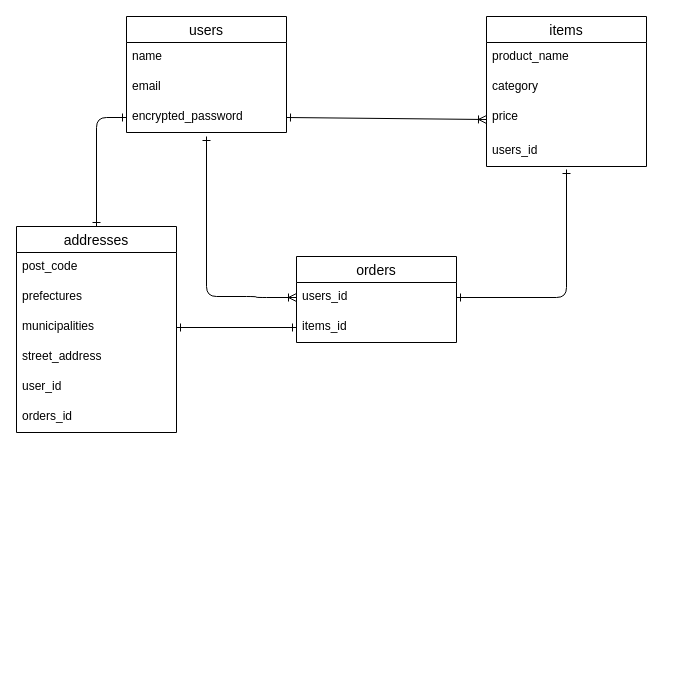
Above: furima_database_ER.dio in miotaro/furima-39960 (draw.io), before the change. Source tidied: cells renumbered, new cells numbered last; positions are measured from the earlier drawing's top-left corner, leaving out a move shared by most shapes. Both pictures are drawn from the tidied source at 100%, with x=0, y=0 at pixel (16, 16).
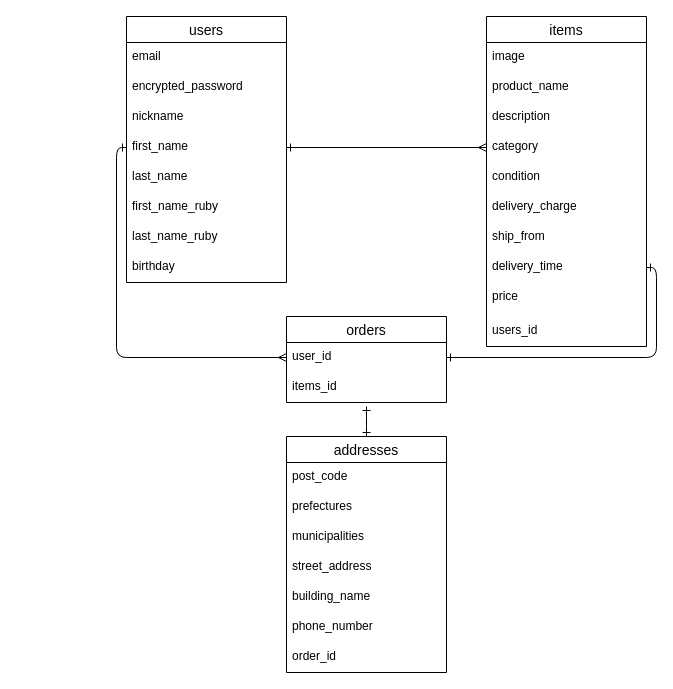
The same diagram, later.

Commit message (it also covers changes not shown here):
データベース設計（修正）

The change refers to these unchanged cells:
```xml
<mxCell id="13" value="items_id" style="text;strokeColor=none;fillColor=none;spacingLeft=4;spacingRight=4;overflow=hidden;points=[[0,0.5],[1,0.5]];portConstraint=eastwest;fontSize=12;" parent="11" vertex="1">
  <mxGeometry y="56" width="160" height="30" as="geometry" />
</mxCell>
<mxCell id="20" value="municipalities" style="text;strokeColor=none;fillColor=none;spacingLeft=4;spacingRight=4;overflow=hidden;points=[[0,0.5],[1,0.5]];portConstraint=eastwest;fontSize=12;" parent="17" vertex="1">
  <mxGeometry y="86" width="160" height="30" as="geometry" />
</mxCell>
```

Change to the diagram source:
```diff
@@
     <mxCell id="2" value="users" style="swimlane;fontStyle=0;horizontal=1;startSize=26;align=center;fontSize=14;" parent="1" vertex="1">
-      <mxGeometry x="110" width="160" height="116" as="geometry" />
+      <mxGeometry x="110" width="160" height="266" as="geometry" />
     </mxCell>
-    <mxCell id="3" value="name" style="text;strokeColor=none;fillColor=none;spacingLeft=4;spacingRight=4;overflow=hidden;fontSize=12;" parent="2" vertex="1">
-      <mxGeometry y="26" width="160" height="30" as="geometry" />
-    </mxCell>
     <mxCell id="4" value="email" style="text;strokeColor=none;fillColor=none;spacingLeft=4;spacingRight=4;overflow=hidden;fontSize=12;" parent="2" vertex="1">
-      <mxGeometry y="56" width="160" height="30" as="geometry" />
+      <mxGeometry y="26" width="160" height="30" as="geometry" />
     </mxCell>
     <mxCell id="5" value="encrypted_password" style="text;strokeColor=none;fillColor=none;spacingLeft=4;spacingRight=4;overflow=hidden;points=[[0,0.5],[1,0.5]];portConstraint=eastwest;fontSize=12;" parent="2" vertex="1">
-      <mxGeometry y="86" width="160" height="30" as="geometry" />
+      <mxGeometry y="56" width="160" height="30" as="geometry" />
     </mxCell>
+    <mxCell id="26" value="nickname" style="text;strokeColor=none;fillColor=none;spacingLeft=4;spacingRight=4;overflow=hidden;fontSize=12;" parent="2" vertex="1">
+      <mxGeometry y="86" width="160" height="30" as="geometry" />
+    </mxCell>
+    <mxCell id="27" value="first_name" style="text;strokeColor=none;fillColor=none;spacingLeft=4;spacingRight=4;overflow=hidden;points=[[0,0.5],[1,0.5]];portConstraint=eastwest;fontSize=12;" parent="2" vertex="1">
+      <mxGeometry y="116" width="160" height="30" as="geometry" />
+    </mxCell>
+    <mxCell id="28" value="last_name" style="text;strokeColor=none;fillColor=none;spacingLeft=4;spacingRight=4;overflow=hidden;fontSize=12;" parent="2" vertex="1">
+      <mxGeometry y="146" width="160" height="30" as="geometry" />
+    </mxCell>
+    <mxCell id="29" value="first_name_ruby" style="text;strokeColor=none;fillColor=none;spacingLeft=4;spacingRight=4;overflow=hidden;fontSize=12;" parent="2" vertex="1">
+      <mxGeometry y="176" width="160" height="30" as="geometry" />
+    </mxCell>
+    <mxCell id="30" value="last_name_ruby" style="text;strokeColor=none;fillColor=none;spacingLeft=4;spacingRight=4;overflow=hidden;fontSize=12;" parent="2" vertex="1">
+      <mxGeometry y="206" width="160" height="30" as="geometry" />
+    </mxCell>
+    <mxCell id="31" value="birthday" style="text;strokeColor=none;fillColor=none;spacingLeft=4;spacingRight=4;overflow=hidden;fontSize=12;" parent="2" vertex="1">
+      <mxGeometry y="236" width="160" height="30" as="geometry" />
+    </mxCell>
     <mxCell id="6" value="items" style="swimlane;fontStyle=0;horizontal=1;startSize=26;align=center;fontSize=14;" parent="1" vertex="1">
-      <mxGeometry x="470" width="160" height="150" as="geometry" />
+      <mxGeometry x="470" width="160" height="330" as="geometry" />
     </mxCell>
+    <mxCell id="32" value="image" style="text;strokeColor=none;fillColor=none;spacingLeft=4;spacingRight=4;overflow=hidden;fontSize=12;" parent="6" vertex="1">
+      <mxGeometry y="26" width="160" height="30" as="geometry" />
+    </mxCell>
     <mxCell id="7" value="product_name" style="text;strokeColor=none;fillColor=none;spacingLeft=4;spacingRight=4;overflow=hidden;fontSize=12;" parent="6" vertex="1">
-      <mxGeometry y="26" width="160" height="30" as="geometry" />
+      <mxGeometry y="56" width="160" height="30" as="geometry" />
     </mxCell>
+    <mxCell id="33" value="description" style="text;strokeColor=none;fillColor=none;spacingLeft=4;spacingRight=4;overflow=hidden;fontSize=12;" parent="6" vertex="1">
+      <mxGeometry y="86" width="160" height="30" as="geometry" />
+    </mxCell>
     <mxCell id="8" value="category" style="text;strokeColor=none;fillColor=none;spacingLeft=4;spacingRight=4;overflow=hidden;points=[[0,0.5],[1,0.5]];portConstraint=eastwest;fontSize=12;" parent="6" vertex="1">
-      <mxGeometry y="56" width="160" height="30" as="geometry" />
+      <mxGeometry y="116" width="160" height="30" as="geometry" />
     </mxCell>
+    <mxCell id="34" value="condition" style="text;strokeColor=none;fillColor=none;spacingLeft=4;spacingRight=4;overflow=hidden;fontSize=12;" parent="6" vertex="1">
+      <mxGeometry y="146" width="160" height="30" as="geometry" />
+    </mxCell>
+    <mxCell id="35" value="delivery_charge" style="text;strokeColor=none;fillColor=none;spacingLeft=4;spacingRight=4;overflow=hidden;fontSize=12;" parent="6" vertex="1">
+      <mxGeometry y="176" width="160" height="30" as="geometry" />
+    </mxCell>
+    <mxCell id="36" value="ship_from" style="text;strokeColor=none;fillColor=none;spacingLeft=4;spacingRight=4;overflow=hidden;fontSize=12;" parent="6" vertex="1">
+      <mxGeometry y="206" width="160" height="30" as="geometry" />
+    </mxCell>
+    <mxCell id="37" value="delivery_time" style="text;strokeColor=none;fillColor=none;spacingLeft=4;spacingRight=4;overflow=hidden;points=[[0,0.5],[1,0.5]];portConstraint=eastwest;fontSize=12;" parent="6" vertex="1">
+      <mxGeometry y="236" width="160" height="30" as="geometry" />
+    </mxCell>
     <mxCell id="9" value="price" style="text;strokeColor=none;fillColor=none;spacingLeft=4;spacingRight=4;overflow=hidden;points=[[0,0.5],[1,0.5]];portConstraint=eastwest;fontSize=12;" parent="6" vertex="1">
-      <mxGeometry y="86" width="160" height="34" as="geometry" />
+      <mxGeometry y="266" width="160" height="34" as="geometry" />
     </mxCell>
     <mxCell id="10" value="users_id" style="text;strokeColor=none;fillColor=none;spacingLeft=4;spacingRight=4;overflow=hidden;points=[[0,0.5],[1,0.5]];portConstraint=eastwest;fontSize=12;" parent="6" vertex="1">
-      <mxGeometry y="120" width="160" height="30" as="geometry" />
+      <mxGeometry y="300" width="160" height="30" as="geometry" />
     </mxCell>
     <mxCell id="11" value="orders" style="swimlane;fontStyle=0;horizontal=1;startSize=26;align=center;fontSize=14;" parent="1" vertex="1">
-      <mxGeometry x="280" y="240" width="160" height="86" as="geometry" />
+      <mxGeometry x="270" y="300" width="160" height="86" as="geometry" />
     </mxCell>
-    <mxCell id="12" value="users_id" style="text;strokeColor=none;fillColor=none;spacingLeft=4;spacingRight=4;overflow=hidden;points=[[0,0.5],[1,0.5]];portConstraint=eastwest;fontSize=12;" parent="11" vertex="1">
-      <mxGeometry y="26" width="160" height="30" as="geometry" />
-    </mxCell>
+    <mxCell id="22" value="user_id" style="text;strokeColor=none;fillColor=none;spacingLeft=4;spacingRight=4;overflow=hidden;points=[[0,0.5],[1,0.5]];portConstraint=eastwest;fontSize=12;" parent="11" vertex="1">
+      <mxGeometry y="26" width="160" height="30" as="geometry" />
+    </mxCell>
@@
-    <mxCell id="14" style="edgeStyle=none;html=1;exitX=1;exitY=0.5;exitDx=0;exitDy=0;entryX=0;entryY=0.5;entryDx=0;entryDy=0;startArrow=ERone;startFill=0;endArrow=ERoneToMany;endFill=0;" parent="1" edge="1" source="5" target="9">
-      <mxGeometry relative="1" as="geometry" />
-    </mxCell>
-    <mxCell id="15" style="edgeStyle=orthogonalEdgeStyle;html=1;entryX=0;entryY=0.5;entryDx=0;entryDy=0;startArrow=ERone;startFill=0;endArrow=ERoneToMany;endFill=0;" parent="1" edge="1" target="12">
-      <mxGeometry relative="1" as="geometry">
-        <mxPoint x="190" y="120" as="sourcePoint" />
-        <Array as="points">
-          <mxPoint x="190" y="280" />
-          <mxPoint x="240" y="280" />
-          <mxPoint x="240" y="281" />
-        </Array>
-      </mxGeometry>
-    </mxCell>
-    <mxCell id="16" style="html=1;exitX=0.5;exitY=1.1;exitDx=0;exitDy=0;entryX=1;entryY=0.5;entryDx=0;entryDy=0;startArrow=ERone;startFill=0;endArrow=ERone;endFill=0;exitPerimeter=0;edgeStyle=orthogonalEdgeStyle;" parent="1" edge="1" source="10" target="12">
-      <mxGeometry relative="1" as="geometry">
-        <Array as="points">
-          <mxPoint x="550" y="281" />
-        </Array>
-      </mxGeometry>
-    </mxCell>
     <mxCell id="17" value="addresses" style="swimlane;fontStyle=0;horizontal=1;startSize=26;align=center;fontSize=14;" parent="1" vertex="1">
-      <mxGeometry y="210" width="160" height="206" as="geometry" />
+      <mxGeometry x="270" y="420" width="160" height="236" as="geometry" />
     </mxCell>
-    <mxCell id="18" value="post_code" style="text;strokeColor=none;fillColor=none;spacingLeft=4;spacingRight=4;overflow=hidden;fontSize=12;" parent="17" vertex="1">
+    <mxCell id="18" value="post_code   " style="text;strokeColor=none;fillColor=none;spacingLeft=4;spacingRight=4;overflow=hidden;fontSize=12;" parent="17" vertex="1">
       <mxGeometry y="26" width="160" height="30" as="geometry" />
     </mxCell>
@@
-    <mxCell id="22" value="user_id" style="text;strokeColor=none;fillColor=none;spacingLeft=4;spacingRight=4;overflow=hidden;points=[[0,0.5],[1,0.5]];portConstraint=eastwest;fontSize=12;" parent="17" vertex="1">
-      <mxGeometry y="146" width="160" height="30" as="geometry" />
-    </mxCell>
-    <mxCell id="23" value="orders_id" style="text;strokeColor=none;fillColor=none;spacingLeft=4;spacingRight=4;overflow=hidden;fontSize=12;" parent="17" vertex="1">
-      <mxGeometry y="176" width="160" height="30" as="geometry" />
-    </mxCell>
-    <mxCell id="24" style="edgeStyle=none;html=1;entryX=1;entryY=0.5;entryDx=0;entryDy=0;startArrow=ERone;startFill=0;endArrow=ERone;endFill=0;exitX=0;exitY=0.5;exitDx=0;exitDy=0;" parent="1" edge="1" source="13" target="20">
-      <mxGeometry relative="1" as="geometry" />
-    </mxCell>
-    <mxCell id="25" style="edgeStyle=orthogonalEdgeStyle;html=1;exitX=0;exitY=0.5;exitDx=0;exitDy=0;startArrow=ERone;startFill=0;endArrow=ERone;endFill=0;" parent="1" edge="1" source="5" target="17">
-      <mxGeometry relative="1" as="geometry" />
-    </mxCell>
+    <mxCell id="38" value="building_name" style="text;strokeColor=none;fillColor=none;spacingLeft=4;spacingRight=4;overflow=hidden;fontSize=12;" parent="17" vertex="1">
+      <mxGeometry y="146" width="160" height="30" as="geometry" />
+    </mxCell>
+    <mxCell id="39" value="phone_number" style="text;strokeColor=none;fillColor=none;spacingLeft=4;spacingRight=4;overflow=hidden;fontSize=12;" parent="17" vertex="1">
+      <mxGeometry y="176" width="160" height="30" as="geometry" />
+    </mxCell>
+    <mxCell id="40" value="order_id" style="text;strokeColor=none;fillColor=none;spacingLeft=4;spacingRight=4;overflow=hidden;fontSize=12;" parent="17" vertex="1">
+      <mxGeometry y="206" width="160" height="30" as="geometry" />
+    </mxCell>
+    <mxCell id="41" style="edgeStyle=orthogonalEdgeStyle;html=1;exitX=1;exitY=0.5;exitDx=0;exitDy=0;startArrow=ERone;startFill=0;endArrow=ERmany;endFill=0;" parent="1" edge="1" source="27" target="8">
+      <mxGeometry relative="1" as="geometry" />
+    </mxCell>
+    <mxCell id="42" style="edgeStyle=orthogonalEdgeStyle;html=1;exitX=0;exitY=0.5;exitDx=0;exitDy=0;entryX=0;entryY=0.5;entryDx=0;entryDy=0;startArrow=ERone;startFill=0;endArrow=ERmany;endFill=0;" parent="1" edge="1" source="27" target="22">
+      <mxGeometry relative="1" as="geometry" />
+    </mxCell>
+    <mxCell id="43" style="edgeStyle=orthogonalEdgeStyle;html=1;exitX=1;exitY=0.5;exitDx=0;exitDy=0;startArrow=ERone;startFill=0;endArrow=ERone;endFill=0;" parent="1" edge="1" source="37" target="22">
+      <mxGeometry relative="1" as="geometry" />
+    </mxCell>
+    <mxCell id="44" style="edgeStyle=orthogonalEdgeStyle;html=1;startArrow=ERone;startFill=0;endArrow=ERone;endFill=0;" parent="1" edge="1">
+      <mxGeometry relative="1" as="geometry">
+        <mxPoint x="350" y="420" as="sourcePoint" />
+        <mxPoint x="350" y="390" as="targetPoint" />
+        <Array as="points">
+          <mxPoint x="350" y="400" />
+          <mxPoint x="350" y="400" />
+        </Array>
+      </mxGeometry>
+    </mxCell>
```
